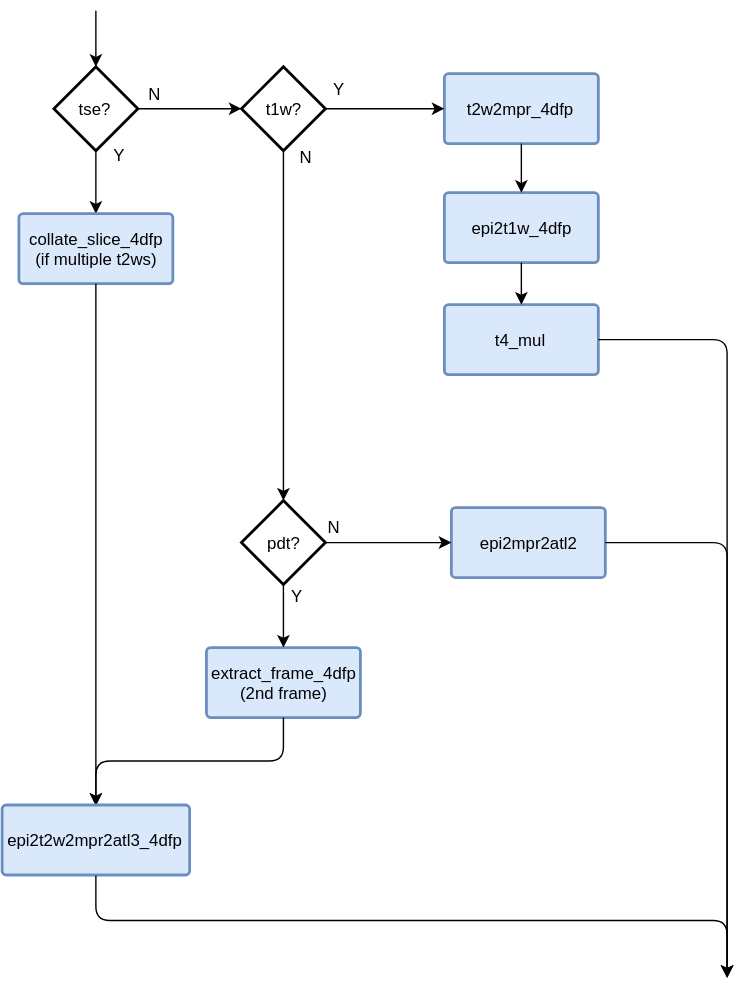
BlackHershey/4dfp-docs keeps this draw.io diagram as docs/_static/cross_bold_v12_epi2atl.svg. Above is the earlier version. Source tidied: cells renumbered, new cells last; positions are measured from the earlier drawing's top-left corner, leaving out a move shared by most shapes. Its diagram source:
```xml
<mxGraphModel>
  <root>
    <mxCell id="0" />
    <mxCell id="1" parent="0" />
    <mxCell id="2" value="&lt;span&gt;t2w2mpr_4dfp&lt;/span&gt;" style="strokeWidth=2;html=1;shape=mxgraph.flowchart.process;whiteSpace=wrap;labelBorderColor=none;fillColor=#dae8fc;strokeColor=#6c8ebf;fontStyle=0;" parent="1" vertex="1">
      <mxGeometry x="316" y="45" width="110" height="50" as="geometry" />
    </mxCell>
    <mxCell id="3" style="edgeStyle=orthogonalEdgeStyle;rounded=0;html=1;jettySize=auto;" parent="1" edge="1" source="4" target="17">
      <mxGeometry relative="1" as="geometry" />
    </mxCell>
    <mxCell id="4" value="t1w?" style="strokeWidth=2;html=1;shape=mxgraph.flowchart.decision;whiteSpace=wrap;" parent="1" vertex="1">
      <mxGeometry x="171" y="40" width="60" height="60" as="geometry" />
    </mxCell>
    <mxCell id="5" value="&lt;span&gt;epi2t1w_4dfp&lt;/span&gt;" style="strokeWidth=2;html=1;shape=mxgraph.flowchart.process;whiteSpace=wrap;fillColor=#dae8fc;strokeColor=#6c8ebf;fontStyle=0;" parent="1" vertex="1">
      <mxGeometry x="316" y="130" width="110" height="50" as="geometry" />
    </mxCell>
    <mxCell id="6" value="&lt;span&gt;t4_mul&lt;/span&gt;" style="strokeWidth=2;html=1;shape=mxgraph.flowchart.process;whiteSpace=wrap;fillColor=#dae8fc;strokeColor=#6c8ebf;fontStyle=0;" parent="1" vertex="1">
      <mxGeometry x="316" y="210" width="110" height="50" as="geometry" />
    </mxCell>
    <mxCell id="7" value="&lt;span&gt;epi2mpr2atl2&lt;/span&gt;" style="strokeWidth=2;html=1;shape=mxgraph.flowchart.process;whiteSpace=wrap;fillColor=#dae8fc;strokeColor=#6c8ebf;fontStyle=0;" parent="1" vertex="1">
      <mxGeometry x="321" y="355" width="110" height="50" as="geometry" />
    </mxCell>
    <mxCell id="8" style="endArrow=classic;html=1;exitX=1;exitY=0.5;exitPerimeter=0;entryX=0;entryY=0.5;entryPerimeter=0;" parent="1" edge="1" source="4" target="2">
      <mxGeometry relative="1" as="geometry" />
    </mxCell>
    <mxCell id="9" style="endArrow=classic;html=1;exitX=0.5;exitY=1;exitPerimeter=0;entryX=0.5;entryY=0;entryPerimeter=0;" parent="1" edge="1" source="2" target="5">
      <mxGeometry relative="1" as="geometry" />
    </mxCell>
    <mxCell id="10" style="endArrow=classic;html=1;entryX=0.5;entryY=0;entryPerimeter=0;" parent="1" edge="1" source="5" target="6">
      <mxGeometry relative="1" as="geometry" />
    </mxCell>
    <mxCell id="11" value="Y&lt;br&gt;&lt;br&gt;" style="text;html=1;align=center;verticalAlign=middle;fillColor=none;strokeColor=none;rounded=0;" parent="1" vertex="1">
      <mxGeometry x="231" y="48" width="20" height="30" as="geometry" />
    </mxCell>
    <mxCell id="12" value="tse?" style="strokeWidth=2;html=1;shape=mxgraph.flowchart.decision;whiteSpace=wrap;" parent="1" vertex="1">
      <mxGeometry x="37" y="40" width="60" height="60" as="geometry" />
    </mxCell>
    <mxCell id="13" style="endArrow=classic;html=1;exitX=0.5;exitY=1;exitPerimeter=0;entryX=0.5;entryY=0;entryPerimeter=0;" parent="1" edge="1" source="12" target="15">
      <mxGeometry relative="1" as="geometry" />
    </mxCell>
    <mxCell id="14" value="Y&lt;br&gt;&lt;br&gt;" style="text;html=1;align=center;verticalAlign=middle;fillColor=none;strokeColor=none;rounded=0;" parent="1" vertex="1">
      <mxGeometry x="74" y="95" width="20" height="30" as="geometry" />
    </mxCell>
    <mxCell id="15" value="&lt;span&gt;collate_slice_4dfp&lt;/span&gt;&lt;br&gt;(if multiple t2ws)&lt;br&gt;" style="strokeWidth=2;html=1;shape=mxgraph.flowchart.process;whiteSpace=wrap;fillColor=#dae8fc;strokeColor=#6c8ebf;fontStyle=0;" parent="1" vertex="1">
      <mxGeometry x="12" y="145" width="110" height="50" as="geometry" />
    </mxCell>
    <mxCell id="16" value="N&lt;br&gt;&lt;br&gt;" style="text;html=1;align=left;verticalAlign=top;spacingTop=-4;" parent="1" vertex="1">
      <mxGeometry x="103" y="50" width="20" height="30" as="geometry" />
    </mxCell>
    <mxCell id="17" value="pdt?" style="strokeWidth=2;html=1;shape=mxgraph.flowchart.decision;whiteSpace=wrap;" parent="1" vertex="1">
      <mxGeometry x="171" y="350" width="60" height="60" as="geometry" />
    </mxCell>
    <mxCell id="18" value="&lt;span&gt;extract_frame_4dfp&lt;br&gt;&lt;/span&gt;(2nd frame)&lt;br&gt;" style="strokeWidth=2;html=1;shape=mxgraph.flowchart.process;whiteSpace=wrap;fillColor=#dae8fc;strokeColor=#6c8ebf;fontStyle=0;" parent="1" vertex="1">
      <mxGeometry x="146" y="455" width="110" height="50" as="geometry" />
    </mxCell>
    <mxCell id="19" style="endArrow=classic;html=1;exitX=0.5;exitY=1;exitPerimeter=0;entryX=0.5;entryY=0;entryPerimeter=0;" parent="1" edge="1" source="17" target="18">
      <mxGeometry relative="1" as="geometry" />
    </mxCell>
    <mxCell id="20" style="endArrow=classic;html=1;exitX=0.5;exitY=1;exitPerimeter=0;entryX=0.5;entryY=0;entryPerimeter=0;edgeStyle=orthogonalEdgeStyle;" parent="1" edge="1" source="15" target="22">
      <mxGeometry relative="1" as="geometry" />
    </mxCell>
    <mxCell id="21" style="endArrow=classic;html=1;exitX=0.5;exitY=1;exitPerimeter=0;entryX=0.5;entryY=0;entryPerimeter=0;edgeStyle=orthogonalEdgeStyle;" parent="1" edge="1" source="18" target="22">
      <mxGeometry relative="1" as="geometry" />
    </mxCell>
    <mxCell id="22" value="&lt;span&gt;epi2t2w2mpr2atl3_4dfp&lt;/span&gt;" style="strokeWidth=2;html=1;shape=mxgraph.flowchart.process;whiteSpace=wrap;fillColor=#dae8fc;strokeColor=#6c8ebf;fontStyle=0;" parent="1" vertex="1">
      <mxGeometry y="567.5" width="134" height="50" as="geometry" />
    </mxCell>
    <mxCell id="23" style="endArrow=classic;html=1;exitX=1;exitY=0.5;exitPerimeter=0;entryX=0.5;entryY=0;" parent="1" edge="1" source="7">
      <mxGeometry relative="1" as="geometry">
        <mxPoint x="518" y="691" as="targetPoint" />
        <Array as="points">
          <mxPoint x="518" y="380" />
        </Array>
      </mxGeometry>
    </mxCell>
    <mxCell id="24" style="edgeStyle=orthogonalEdgeStyle;rounded=0;html=1;jettySize=auto;exitX=1;exitY=0.5;exitPerimeter=0;entryX=0;entryY=0.5;entryPerimeter=0;" parent="1" edge="1" source="17" target="7">
      <mxGeometry relative="1" as="geometry" />
    </mxCell>
    <mxCell id="25" style="endArrow=classic;html=1;exitX=0.5;exitY=1;exitPerimeter=0;entryX=0.5;entryY=0;" parent="1" edge="1" source="22">
      <mxGeometry relative="1" as="geometry">
        <mxPoint x="518" y="691" as="targetPoint" />
        <Array as="points">
          <mxPoint x="67" y="650" />
          <mxPoint x="518" y="650" />
        </Array>
      </mxGeometry>
    </mxCell>
    <mxCell id="26" style="endArrow=classic;html=1;entryX=0.5;entryY=0;entryPerimeter=0;" parent="1" edge="1" target="12">
      <mxGeometry relative="1" as="geometry">
        <mxPoint x="67" as="sourcePoint" />
      </mxGeometry>
    </mxCell>
    <mxCell id="27" style="endArrow=classic;html=1;exitX=1;exitY=0.5;exitPerimeter=0;entryX=0;entryY=0.5;entryPerimeter=0;" parent="1" edge="1" source="12" target="4">
      <mxGeometry relative="1" as="geometry" />
    </mxCell>
    <mxCell id="28" value="N&lt;br&gt;&lt;br&gt;" style="text;html=1;align=left;verticalAlign=top;spacingTop=-4;" parent="1" vertex="1">
      <mxGeometry x="211" y="95" width="20" height="30" as="geometry" />
    </mxCell>
    <mxCell id="29" value="N&lt;br&gt;&lt;br&gt;" style="text;html=1;align=left;verticalAlign=top;spacingTop=-4;" parent="1" vertex="1">
      <mxGeometry x="231" y="360" width="20" height="30" as="geometry" />
    </mxCell>
    <mxCell id="30" value="Y&lt;br&gt;&lt;br&gt;" style="text;html=1;align=center;verticalAlign=middle;fillColor=none;strokeColor=none;rounded=0;" parent="1" vertex="1">
      <mxGeometry x="201" y="410" width="20" height="30" as="geometry" />
    </mxCell>
    <mxCell id="31" style="endArrow=classic;html=1;exitX=1;exitY=0.5;exitPerimeter=0;entryX=0.5;entryY=0;" parent="1" edge="1" source="6">
      <mxGeometry relative="1" as="geometry">
        <mxPoint x="518" y="691" as="targetPoint" />
        <Array as="points">
          <mxPoint x="518" y="235" />
        </Array>
      </mxGeometry>
    </mxCell>
  </root>
</mxGraphModel>
```
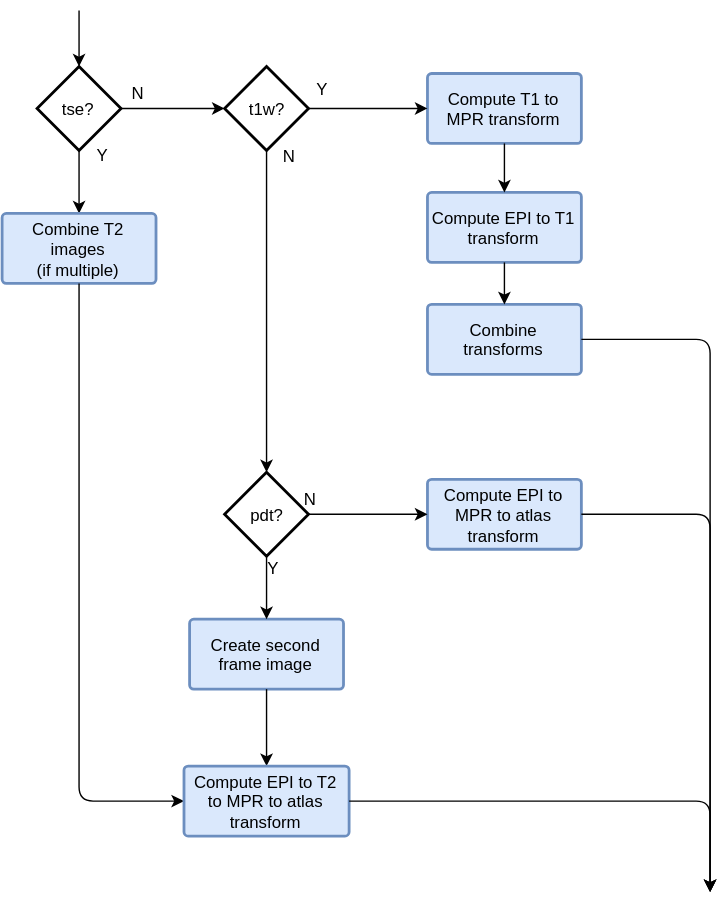
Above is the later version.

Commit message:
made flowchart boxes contain explanations instead of script names

Diff of the diagram source:
```diff
@@ -2,7 +2,7 @@
   <root>
     <mxCell id="0" />
     <mxCell id="1" parent="0" />
-    <mxCell id="2" value="&lt;span&gt;t2w2mpr_4dfp&lt;/span&gt;" style="strokeWidth=2;html=1;shape=mxgraph.flowchart.process;whiteSpace=wrap;labelBorderColor=none;fillColor=#dae8fc;strokeColor=#6c8ebf;fontStyle=0;" parent="1" vertex="1">
+    <mxCell id="2" value="&lt;span&gt;Compute T1 to MPR transform&lt;/span&gt;" style="strokeWidth=2;html=1;shape=mxgraph.flowchart.process;whiteSpace=wrap;labelBorderColor=none;fillColor=#dae8fc;strokeColor=#6c8ebf;fontStyle=0;" parent="1" vertex="1">
       <mxGeometry x="316" y="45" width="110" height="50" as="geometry" />
     </mxCell>
     <mxCell id="3" style="edgeStyle=orthogonalEdgeStyle;rounded=0;html=1;jettySize=auto;" parent="1" edge="1" source="4" target="17">
@@ -11,14 +11,14 @@
     <mxCell id="4" value="t1w?" style="strokeWidth=2;html=1;shape=mxgraph.flowchart.decision;whiteSpace=wrap;" parent="1" vertex="1">
       <mxGeometry x="171" y="40" width="60" height="60" as="geometry" />
     </mxCell>
-    <mxCell id="5" value="&lt;span&gt;epi2t1w_4dfp&lt;/span&gt;" style="strokeWidth=2;html=1;shape=mxgraph.flowchart.process;whiteSpace=wrap;fillColor=#dae8fc;strokeColor=#6c8ebf;fontStyle=0;" parent="1" vertex="1">
+    <mxCell id="5" value="&lt;span&gt;Compute EPI to T1 transform&lt;/span&gt;" style="strokeWidth=2;html=1;shape=mxgraph.flowchart.process;whiteSpace=wrap;fillColor=#dae8fc;strokeColor=#6c8ebf;fontStyle=0;" parent="1" vertex="1">
       <mxGeometry x="316" y="130" width="110" height="50" as="geometry" />
     </mxCell>
-    <mxCell id="6" value="&lt;span&gt;t4_mul&lt;/span&gt;" style="strokeWidth=2;html=1;shape=mxgraph.flowchart.process;whiteSpace=wrap;fillColor=#dae8fc;strokeColor=#6c8ebf;fontStyle=0;" parent="1" vertex="1">
+    <mxCell id="6" value="&lt;span&gt;Combine transforms&lt;/span&gt;" style="strokeWidth=2;html=1;shape=mxgraph.flowchart.process;whiteSpace=wrap;fillColor=#dae8fc;strokeColor=#6c8ebf;fontStyle=0;" parent="1" vertex="1">
       <mxGeometry x="316" y="210" width="110" height="50" as="geometry" />
     </mxCell>
-    <mxCell id="7" value="&lt;span&gt;epi2mpr2atl2&lt;/span&gt;" style="strokeWidth=2;html=1;shape=mxgraph.flowchart.process;whiteSpace=wrap;fillColor=#dae8fc;strokeColor=#6c8ebf;fontStyle=0;" parent="1" vertex="1">
-      <mxGeometry x="321" y="355" width="110" height="50" as="geometry" />
+    <mxCell id="7" value="&lt;span&gt;Compute EPI to MPR to atlas transform&lt;/span&gt;" style="strokeWidth=2;html=1;shape=mxgraph.flowchart.process;whiteSpace=wrap;fillColor=#dae8fc;strokeColor=#6c8ebf;fontStyle=0;" parent="1" vertex="1">
+      <mxGeometry x="316" y="335" width="110" height="50" as="geometry" />
     </mxCell>
     <mxCell id="8" style="endArrow=classic;html=1;exitX=1;exitY=0.5;exitPerimeter=0;entryX=0;entryY=0.5;entryPerimeter=0;" parent="1" edge="1" source="4" target="2">
       <mxGeometry relative="1" as="geometry" />
@@ -41,48 +41,44 @@
     <mxCell id="14" value="Y&lt;br&gt;&lt;br&gt;" style="text;html=1;align=center;verticalAlign=middle;fillColor=none;strokeColor=none;rounded=0;" parent="1" vertex="1">
       <mxGeometry x="74" y="95" width="20" height="30" as="geometry" />
     </mxCell>
-    <mxCell id="15" value="&lt;span&gt;collate_slice_4dfp&lt;/span&gt;&lt;br&gt;(if multiple t2ws)&lt;br&gt;" style="strokeWidth=2;html=1;shape=mxgraph.flowchart.process;whiteSpace=wrap;fillColor=#dae8fc;strokeColor=#6c8ebf;fontStyle=0;" parent="1" vertex="1">
+    <mxCell id="15" value="&lt;span&gt;Combine T2 images&lt;/span&gt;&lt;br&gt;(if multiple)&lt;br&gt;" style="strokeWidth=2;html=1;shape=mxgraph.flowchart.process;whiteSpace=wrap;fillColor=#dae8fc;strokeColor=#6c8ebf;fontStyle=0;" parent="1" vertex="1">
       <mxGeometry x="12" y="145" width="110" height="50" as="geometry" />
     </mxCell>
     <mxCell id="16" value="N&lt;br&gt;&lt;br&gt;" style="text;html=1;align=left;verticalAlign=top;spacingTop=-4;" parent="1" vertex="1">
       <mxGeometry x="103" y="50" width="20" height="30" as="geometry" />
     </mxCell>
     <mxCell id="17" value="pdt?" style="strokeWidth=2;html=1;shape=mxgraph.flowchart.decision;whiteSpace=wrap;" parent="1" vertex="1">
-      <mxGeometry x="171" y="350" width="60" height="60" as="geometry" />
+      <mxGeometry x="171" y="330" width="60" height="60" as="geometry" />
     </mxCell>
-    <mxCell id="18" value="&lt;span&gt;extract_frame_4dfp&lt;br&gt;&lt;/span&gt;(2nd frame)&lt;br&gt;" style="strokeWidth=2;html=1;shape=mxgraph.flowchart.process;whiteSpace=wrap;fillColor=#dae8fc;strokeColor=#6c8ebf;fontStyle=0;" parent="1" vertex="1">
-      <mxGeometry x="146" y="455" width="110" height="50" as="geometry" />
+    <mxCell id="18" value="Create second frame image&lt;br&gt;" style="strokeWidth=2;html=1;shape=mxgraph.flowchart.process;whiteSpace=wrap;fillColor=#dae8fc;strokeColor=#6c8ebf;fontStyle=0;" parent="1" vertex="1">
+      <mxGeometry x="146" y="435" width="110" height="50" as="geometry" />
     </mxCell>
     <mxCell id="19" style="endArrow=classic;html=1;exitX=0.5;exitY=1;exitPerimeter=0;entryX=0.5;entryY=0;entryPerimeter=0;" parent="1" edge="1" source="17" target="18">
       <mxGeometry relative="1" as="geometry" />
     </mxCell>
-    <mxCell id="20" style="endArrow=classic;html=1;exitX=0.5;exitY=1;exitPerimeter=0;entryX=0.5;entryY=0;entryPerimeter=0;edgeStyle=orthogonalEdgeStyle;" parent="1" edge="1" source="15" target="22">
+    <mxCell id="20" style="endArrow=classic;html=1;exitX=0.5;exitY=1;exitPerimeter=0;entryX=0;entryY=0.5;entryPerimeter=0;edgeStyle=orthogonalEdgeStyle;" parent="1" edge="1" source="15" target="22">
       <mxGeometry relative="1" as="geometry" />
     </mxCell>
     <mxCell id="21" style="endArrow=classic;html=1;exitX=0.5;exitY=1;exitPerimeter=0;entryX=0.5;entryY=0;entryPerimeter=0;edgeStyle=orthogonalEdgeStyle;" parent="1" edge="1" source="18" target="22">
       <mxGeometry relative="1" as="geometry" />
     </mxCell>
-    <mxCell id="22" value="&lt;span&gt;epi2t2w2mpr2atl3_4dfp&lt;/span&gt;" style="strokeWidth=2;html=1;shape=mxgraph.flowchart.process;whiteSpace=wrap;fillColor=#dae8fc;strokeColor=#6c8ebf;fontStyle=0;" parent="1" vertex="1">
-      <mxGeometry y="567.5" width="134" height="50" as="geometry" />
+    <mxCell id="22" value="&lt;span&gt;Compute EPI to T2 to MPR to atlas transform&lt;/span&gt;" style="strokeWidth=2;html=1;shape=mxgraph.flowchart.process;whiteSpace=wrap;fillColor=#dae8fc;strokeColor=#6c8ebf;fontStyle=0;" parent="1" vertex="1">
+      <mxGeometry x="142" y="540" width="118" height="50" as="geometry" />
     </mxCell>
-    <mxCell id="23" style="endArrow=classic;html=1;exitX=1;exitY=0.5;exitPerimeter=0;entryX=0.5;entryY=0;" parent="1" edge="1" source="7">
+    <mxCell id="23" style="endArrow=classic;html=1;exitX=1;exitY=0.5;exitPerimeter=0;" parent="1" edge="1" source="7">
       <mxGeometry relative="1" as="geometry">
-        <mxPoint x="518" y="691" as="targetPoint" />
+        <mxPoint x="518" y="630" as="targetPoint" />
         <Array as="points">
-          <mxPoint x="518" y="380" />
+          <mxPoint x="518" y="360" />
         </Array>
       </mxGeometry>
     </mxCell>
     <mxCell id="24" style="edgeStyle=orthogonalEdgeStyle;rounded=0;html=1;jettySize=auto;exitX=1;exitY=0.5;exitPerimeter=0;entryX=0;entryY=0.5;entryPerimeter=0;" parent="1" edge="1" source="17" target="7">
       <mxGeometry relative="1" as="geometry" />
     </mxCell>
-    <mxCell id="25" style="endArrow=classic;html=1;exitX=0.5;exitY=1;exitPerimeter=0;entryX=0.5;entryY=0;" parent="1" edge="1" source="22">
+    <mxCell id="25" style="endArrow=classic;html=1;exitX=1;exitY=0.5;exitPerimeter=0;edgeStyle=orthogonalEdgeStyle;" parent="1" edge="1" source="22">
       <mxGeometry relative="1" as="geometry">
-        <mxPoint x="518" y="691" as="targetPoint" />
-        <Array as="points">
-          <mxPoint x="67" y="650" />
-          <mxPoint x="518" y="650" />
-        </Array>
+        <mxPoint x="518" y="630" as="targetPoint" />
       </mxGeometry>
     </mxCell>
     <mxCell id="26" style="endArrow=classic;html=1;entryX=0.5;entryY=0;entryPerimeter=0;" parent="1" edge="1" target="12">
@@ -97,14 +93,14 @@
       <mxGeometry x="211" y="95" width="20" height="30" as="geometry" />
     </mxCell>
     <mxCell id="29" value="N&lt;br&gt;&lt;br&gt;" style="text;html=1;align=left;verticalAlign=top;spacingTop=-4;" parent="1" vertex="1">
-      <mxGeometry x="231" y="360" width="20" height="30" as="geometry" />
+      <mxGeometry x="226" y="340" width="20" height="30" as="geometry" />
     </mxCell>
     <mxCell id="30" value="Y&lt;br&gt;&lt;br&gt;" style="text;html=1;align=center;verticalAlign=middle;fillColor=none;strokeColor=none;rounded=0;" parent="1" vertex="1">
-      <mxGeometry x="201" y="410" width="20" height="30" as="geometry" />
+      <mxGeometry x="196" y="390" width="20" height="30" as="geometry" />
     </mxCell>
-    <mxCell id="31" style="endArrow=classic;html=1;exitX=1;exitY=0.5;exitPerimeter=0;entryX=0.5;entryY=0;" parent="1" edge="1" source="6">
+    <mxCell id="31" style="endArrow=classic;html=1;exitX=1;exitY=0.5;exitPerimeter=0;" parent="1" edge="1" source="6">
       <mxGeometry relative="1" as="geometry">
-        <mxPoint x="518" y="691" as="targetPoint" />
+        <mxPoint x="518" y="630" as="targetPoint" />
         <Array as="points">
           <mxPoint x="518" y="235" />
         </Array>
```
